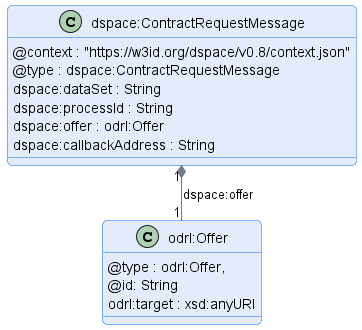
Before: negotiation/message/diagram/contract-request-message.png, a diagram exported from PlantUML (International-Data-Spaces-Association/ids-specification).
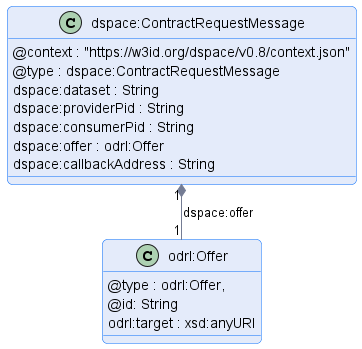
After the commit.

What changed in the source:
```diff
@@ -9,8 +9,9 @@
 class "dspace:ContractRequestMessage" {
     @context : "https://w3id.org/dspace/v0.8/context.json"
     @type : dspace:ContractRequestMessage
-    dspace:dataSet : String
-    dspace:processId : String
+    dspace:dataset : String
+    dspace:providerPid : String
+    dspace:consumerPid : String
     dspace:offer : odrl:Offer
     dspace:callbackAddress : String
 }
```
